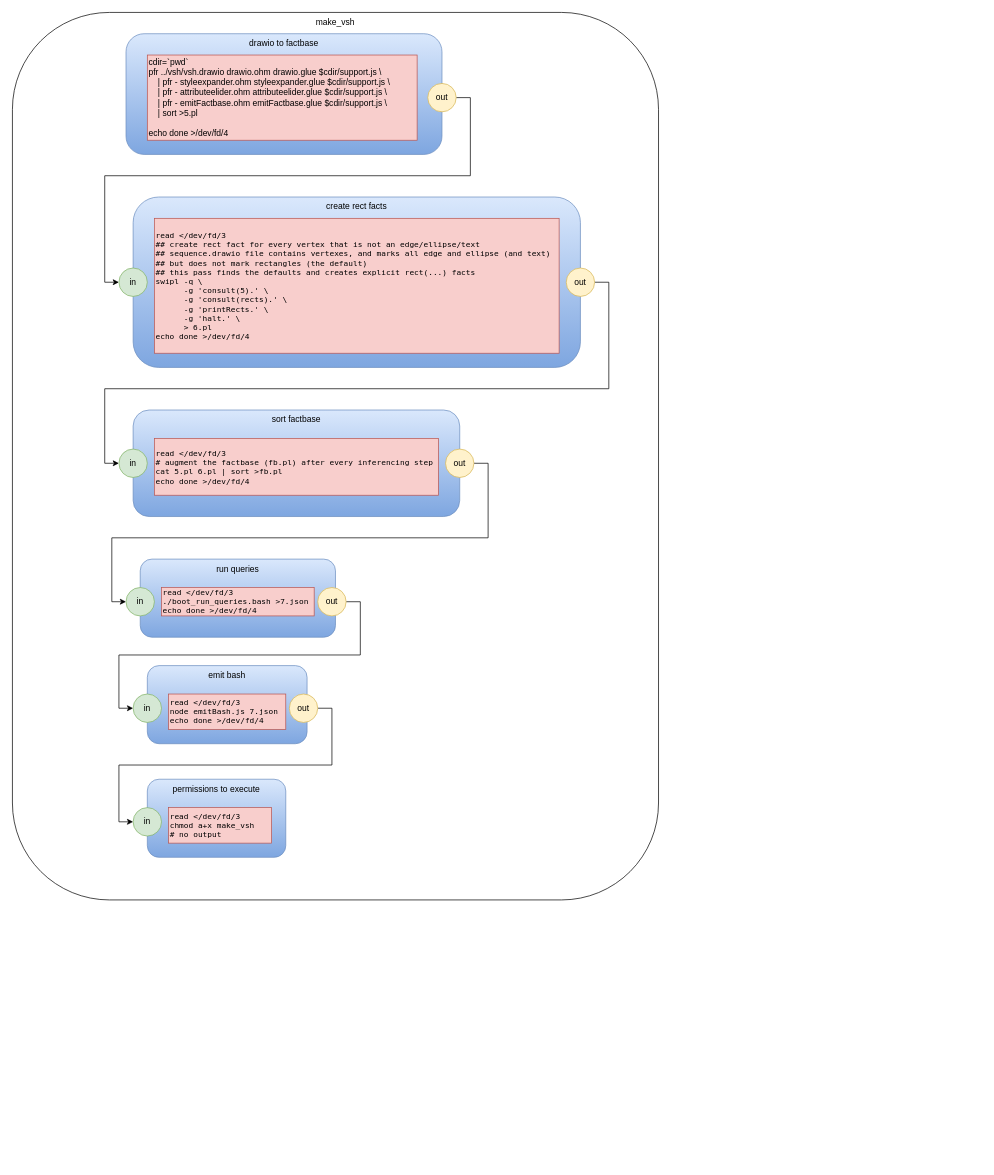
Earlier version of the draw.io diagram vsh.drawio (guitarvydas/vsh). Source tidied: cells renumbered, new cells numbered last; positions are measured from the earlier drawing's top-left corner, leaving out a move shared by most shapes. Both pictures are drawn from the tidied source at 71%, with x=0, y=0 at pixel (12, 12).
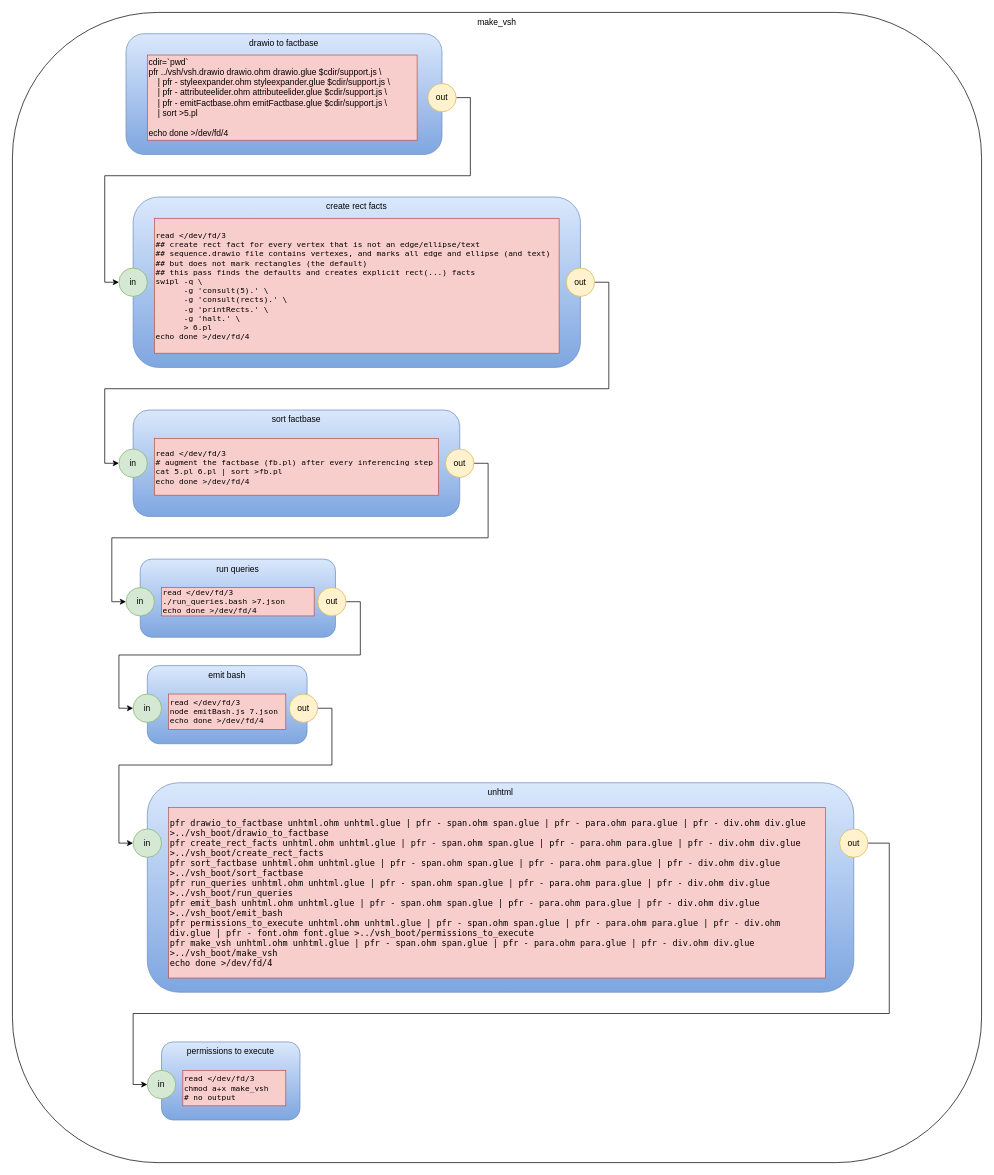
After the change.

The change refers to these unchanged cells:
```xml
<mxCell id="24" value="out" style="ellipse;whiteSpace=wrap;html=1;fillColor=#fff2cc;strokeColor=#d6b656;" parent="1" vertex="1">
  <mxGeometry x="390" y="960" width="40" height="40" as="geometry" />
</mxCell>
```

Diff of the diagram source:
```diff
@@
     <mxCell id="2" value="make_vsh" style="rounded=1;whiteSpace=wrap;html=1;verticalAlign=top;" parent="1" vertex="1">
-      <mxGeometry width="910" height="1250" as="geometry" />
+      <mxGeometry width="1365" height="1620" as="geometry" />
     </mxCell>
@@
-    <mxCell id="21" value="&lt;p class=&quot;p1&quot; style=&quot;margin: 0px ; font-stretch: normal ; font-size: 11px ; line-height: normal ; font-family: &amp;#34;menlo&amp;#34;&quot;&gt;&lt;span class=&quot;s1&quot;&gt;read &amp;lt;/dev/fd/3&lt;/span&gt;&lt;/p&gt;&lt;p class=&quot;p1&quot; style=&quot;margin: 0px ; font-stretch: normal ; font-size: 11px ; line-height: normal ; font-family: &amp;#34;menlo&amp;#34;&quot;&gt;&lt;span class=&quot;s1&quot;&gt;./boot_run_queries.bash &amp;gt;7.json&lt;/span&gt;&lt;/p&gt;&lt;p class=&quot;p1&quot; style=&quot;margin: 0px ; font-stretch: normal ; font-size: 11px ; line-height: normal ; font-family: &amp;#34;menlo&amp;#34;&quot;&gt;&lt;span class=&quot;s1&quot;&gt;echo done &amp;gt;/dev/fd/4&lt;br&gt;&lt;/span&gt;&lt;/p&gt;" style="rounded=0;whiteSpace=wrap;html=1;fillColor=#f8cecc;strokeColor=#b85450;align=left;" parent="1" vertex="1">
+    <mxCell id="21" value="&lt;p class=&quot;p1&quot; style=&quot;margin: 0px ; font-stretch: normal ; font-size: 11px ; line-height: normal ; font-family: &amp;#34;menlo&amp;#34;&quot;&gt;&lt;span class=&quot;s1&quot;&gt;read &amp;lt;/dev/fd/3&lt;/span&gt;&lt;/p&gt;&lt;p class=&quot;p1&quot; style=&quot;margin: 0px ; font-stretch: normal ; font-size: 11px ; line-height: normal ; font-family: &amp;#34;menlo&amp;#34;&quot;&gt;&lt;span class=&quot;s1&quot;&gt;./run_queries.bash &amp;gt;7.json&lt;/span&gt;&lt;/p&gt;&lt;p class=&quot;p1&quot; style=&quot;margin: 0px ; font-stretch: normal ; font-size: 11px ; line-height: normal ; font-family: &amp;#34;menlo&amp;#34;&quot;&gt;&lt;span class=&quot;s1&quot;&gt;echo done &amp;gt;/dev/fd/4&lt;br&gt;&lt;/span&gt;&lt;/p&gt;" style="rounded=0;whiteSpace=wrap;html=1;fillColor=#f8cecc;strokeColor=#b85450;align=left;" parent="1" vertex="1">
       <mxGeometry x="210" y="810" width="215" height="40" as="geometry" />
     </mxCell>
@@
     <mxCell id="23" style="edgeStyle=orthogonalEdgeStyle;rounded=0;jettySize=auto;html=1;exitX=1;exitY=0.5;exitDx=0;exitDy=0;entryX=0;entryY=0.5;entryDx=0;entryDy=0;" parent="1" edge="1" source="24" target="28">
-      <mxGeometry relative="1" as="geometry" />
+      <mxGeometry relative="1" as="geometry">
+        <Array as="points">
+          <mxPoint x="450" y="980" />
+          <mxPoint x="450" y="1060" />
+          <mxPoint x="150" y="1060" />
+          <mxPoint x="150" y="1170" />
+        </Array>
+      </mxGeometry>
     </mxCell>
@@
-    <mxCell id="27" value="permissions to execute" style="rounded=1;whiteSpace=wrap;html=1;gradientColor=#7ea6e0;fillColor=#dae8fc;strokeColor=#6c8ebf;verticalAlign=top;" parent="1" vertex="1">
-      <mxGeometry x="190" y="1080" width="195" height="110" as="geometry" />
+    <mxCell id="27" value="unhtml" style="rounded=1;whiteSpace=wrap;html=1;gradientColor=#7ea6e0;fillColor=#dae8fc;strokeColor=#6c8ebf;verticalAlign=top;" parent="1" vertex="1">
+      <mxGeometry x="190" y="1085" width="995" height="295" as="geometry" />
     </mxCell>
     <mxCell id="28" value="in" style="ellipse;whiteSpace=wrap;html=1;fillColor=#d5e8d4;strokeColor=#82b366;" parent="1" vertex="1">
-      <mxGeometry x="170" y="1120" width="40" height="40" as="geometry" />
+      <mxGeometry x="170" y="1150" width="40" height="40" as="geometry" />
     </mxCell>
-    <mxCell id="29" value="&lt;p class=&quot;p1&quot; style=&quot;margin: 0px ; font-stretch: normal ; font-size: 11px ; line-height: normal ; font-family: &amp;#34;menlo&amp;#34;&quot;&gt;&lt;span class=&quot;s1&quot;&gt;read &amp;lt;/dev/fd/3&lt;/span&gt;&lt;/p&gt;&lt;p class=&quot;p1&quot; style=&quot;margin: 0px ; font-stretch: normal ; font-size: 11px ; line-height: normal ; font-family: &amp;#34;menlo&amp;#34;&quot;&gt;&lt;span class=&quot;s1&quot;&gt;chmod a+x make_vsh&lt;/span&gt;&lt;/p&gt;&lt;p class=&quot;p1&quot; style=&quot;margin: 0px ; font-stretch: normal ; font-size: 11px ; line-height: normal ; font-family: &amp;#34;menlo&amp;#34;&quot;&gt;&lt;span class=&quot;s1&quot;&gt;# no output&lt;/span&gt;&lt;/p&gt;" style="rounded=0;whiteSpace=wrap;html=1;fillColor=#f8cecc;strokeColor=#b85450;align=left;" parent="1" vertex="1">
-      <mxGeometry x="220" y="1120" width="145" height="50" as="geometry" />
+    <mxCell id="29" value="&lt;p class=&quot;p1&quot; style=&quot;margin: 0px ; font-stretch: normal ; line-height: normal ; font-family: &amp;#34;menlo&amp;#34;&quot;&gt;&lt;span class=&quot;s1&quot;&gt;&lt;font style=&quot;font-size: 12px&quot;&gt;pfr drawio_to_factbase unhtml.ohm unhtml.glue | pfr - span.ohm span.glue | pfr - para.ohm para.glue | pfr - div.ohm div.glue &amp;gt;../vsh_boot/drawio_to_factbase&lt;/font&gt;&lt;/span&gt;&lt;/p&gt;&lt;p class=&quot;p1&quot; style=&quot;margin: 0px ; font-stretch: normal ; line-height: normal ; font-family: &amp;#34;menlo&amp;#34;&quot;&gt;&lt;span class=&quot;s1&quot;&gt;&lt;font style=&quot;font-size: 12px&quot;&gt;pfr create_rect_facts unhtml.ohm unhtml.glue | pfr - span.ohm span.glue | pfr - para.ohm para.glue | pfr - div.ohm div.glue &amp;gt;../vsh_boot/create_rect_facts&lt;/font&gt;&lt;/span&gt;&lt;/p&gt;&lt;p class=&quot;p1&quot; style=&quot;margin: 0px ; font-stretch: normal ; line-height: normal ; font-family: &amp;#34;menlo&amp;#34;&quot;&gt;&lt;span class=&quot;s1&quot;&gt;&lt;font style=&quot;font-size: 12px&quot;&gt;pfr sort_factbase unhtml.ohm unhtml.glue | pfr - span.ohm span.glue | pfr - para.ohm para.glue | pfr - div.ohm div.glue &amp;gt;../vsh_boot/sort_factbase&lt;/font&gt;&lt;/span&gt;&lt;/p&gt;&lt;p class=&quot;p1&quot; style=&quot;margin: 0px ; font-stretch: normal ; line-height: normal ; font-family: &amp;#34;menlo&amp;#34;&quot;&gt;&lt;span class=&quot;s1&quot;&gt;&lt;font style=&quot;font-size: 12px&quot;&gt;pfr run_queries unhtml.ohm unhtml.glue | pfr - span.ohm span.glue | pfr - para.ohm para.glue | pfr - div.ohm div.glue &amp;gt;../vsh_boot/run_queries&lt;/font&gt;&lt;/span&gt;&lt;/p&gt;&lt;p class=&quot;p1&quot; style=&quot;margin: 0px ; font-stretch: normal ; line-height: normal ; font-family: &amp;#34;menlo&amp;#34;&quot;&gt;&lt;span class=&quot;s1&quot;&gt;&lt;font style=&quot;font-size: 12px&quot;&gt;pfr emit_bash unhtml.ohm unhtml.glue | pfr - span.ohm span.glue | pfr - para.ohm para.glue | pfr - div.ohm div.glue &amp;gt;../vsh_boot/emit_bash&lt;/font&gt;&lt;/span&gt;&lt;/p&gt;&lt;p class=&quot;p1&quot; style=&quot;margin: 0px ; font-stretch: normal ; line-height: normal ; font-family: &amp;#34;menlo&amp;#34;&quot;&gt;&lt;span class=&quot;s1&quot;&gt;&lt;font style=&quot;font-size: 12px&quot;&gt;pfr permissions_to_execute unhtml.ohm unhtml.glue | pfr - span.ohm span.glue | pfr - para.ohm para.glue | pfr - div.ohm div.glue | pfr - font.ohm font.glue &amp;gt;../vsh_boot/permissions_to_execute&lt;/font&gt;&lt;/span&gt;&lt;/p&gt;&lt;p class=&quot;p1&quot; style=&quot;margin: 0px ; font-stretch: normal ; line-height: normal ; font-family: &amp;#34;menlo&amp;#34;&quot;&gt;&lt;span class=&quot;s1&quot;&gt;&lt;font style=&quot;font-size: 12px&quot;&gt;pfr make_vsh unhtml.ohm unhtml.glue | pfr - span.ohm span.glue | pfr - para.ohm para.glue | pfr - div.ohm div.glue &amp;gt;../vsh_boot/make_vsh&lt;/font&gt;&lt;/span&gt;&lt;/p&gt;&lt;p class=&quot;p1&quot; style=&quot;margin: 0px ; font-stretch: normal ; line-height: normal ; font-family: &amp;#34;menlo&amp;#34;&quot;&gt;&lt;span class=&quot;s1&quot;&gt;&lt;font style=&quot;font-size: 12px&quot;&gt;echo done &amp;gt;/dev/fd/4&lt;/font&gt;&lt;/span&gt;&lt;/p&gt;" style="rounded=0;whiteSpace=wrap;html=1;fillColor=#f8cecc;strokeColor=#b85450;align=left;" parent="1" vertex="1">
+      <mxGeometry x="220" y="1120" width="925" height="240" as="geometry" />
     </mxCell>
+    <mxCell id="30" value="permissions to execute" style="rounded=1;whiteSpace=wrap;html=1;gradientColor=#7ea6e0;fillColor=#dae8fc;strokeColor=#6c8ebf;verticalAlign=top;" parent="1" vertex="1">
+      <mxGeometry x="210" y="1450" width="195" height="110" as="geometry" />
+    </mxCell>
+    <mxCell id="31" value="in" style="ellipse;whiteSpace=wrap;html=1;fillColor=#d5e8d4;strokeColor=#82b366;" parent="1" vertex="1">
+      <mxGeometry x="190" y="1490" width="40" height="40" as="geometry" />
+    </mxCell>
+    <mxCell id="32" value="&lt;p class=&quot;p1&quot; style=&quot;margin: 0px ; font-stretch: normal ; font-size: 11px ; line-height: normal ; font-family: &amp;#34;menlo&amp;#34;&quot;&gt;&lt;span class=&quot;s1&quot;&gt;read &amp;lt;/dev/fd/3&lt;/span&gt;&lt;/p&gt;&lt;p class=&quot;p1&quot; style=&quot;margin: 0px ; font-stretch: normal ; font-size: 11px ; line-height: normal ; font-family: &amp;#34;menlo&amp;#34;&quot;&gt;&lt;span class=&quot;s1&quot;&gt;chmod a+x make_vsh&lt;/span&gt;&lt;/p&gt;&lt;p class=&quot;p1&quot; style=&quot;margin: 0px ; font-stretch: normal ; font-size: 11px ; line-height: normal ; font-family: &amp;#34;menlo&amp;#34;&quot;&gt;&lt;span class=&quot;s1&quot;&gt;# no output&lt;/span&gt;&lt;/p&gt;" style="rounded=0;whiteSpace=wrap;html=1;fillColor=#f8cecc;strokeColor=#b85450;align=left;" parent="1" vertex="1">
+      <mxGeometry x="240" y="1490" width="145" height="50" as="geometry" />
+    </mxCell>
+    <mxCell id="33" style="edgeStyle=orthogonalEdgeStyle;rounded=0;jettySize=auto;html=1;entryX=0;entryY=0.5;entryDx=0;entryDy=0;" parent="1" edge="1" source="34" target="31">
+      <mxGeometry relative="1" as="geometry">
+        <Array as="points">
+          <mxPoint x="1235" y="1170" />
+          <mxPoint x="1235" y="1410" />
+          <mxPoint x="170" y="1410" />
+          <mxPoint x="170" y="1510" />
+        </Array>
+      </mxGeometry>
+    </mxCell>
+    <mxCell id="34" value="out" style="ellipse;whiteSpace=wrap;html=1;fillColor=#fff2cc;strokeColor=#d6b656;" parent="1" vertex="1">
+      <mxGeometry x="1165" y="1150" width="40" height="40" as="geometry" />
+    </mxCell>
```
